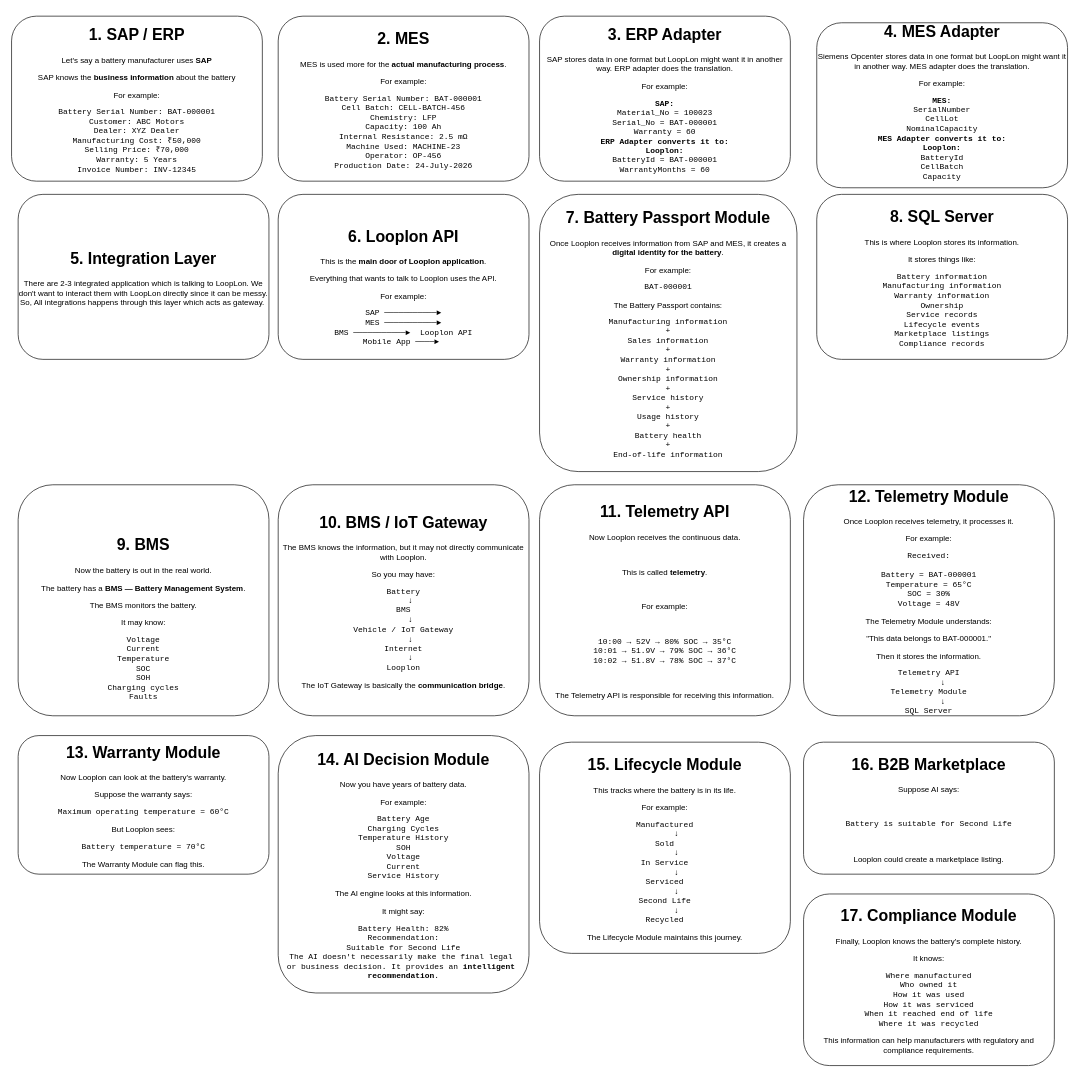
This is page "Theory" (2 of 2) of Documents/Architecture.drawio from subroroy193-sys/LoopIon, a draw.io file, before an edit. Source tidied: cells renumbered, new cells numbered last; positions are measured from the earlier drawing's top-left corner, leaving out a move shared by most shapes. Both pictures are drawn from the tidied source at 66%, with x=0, y=0 at pixel (11, 16).
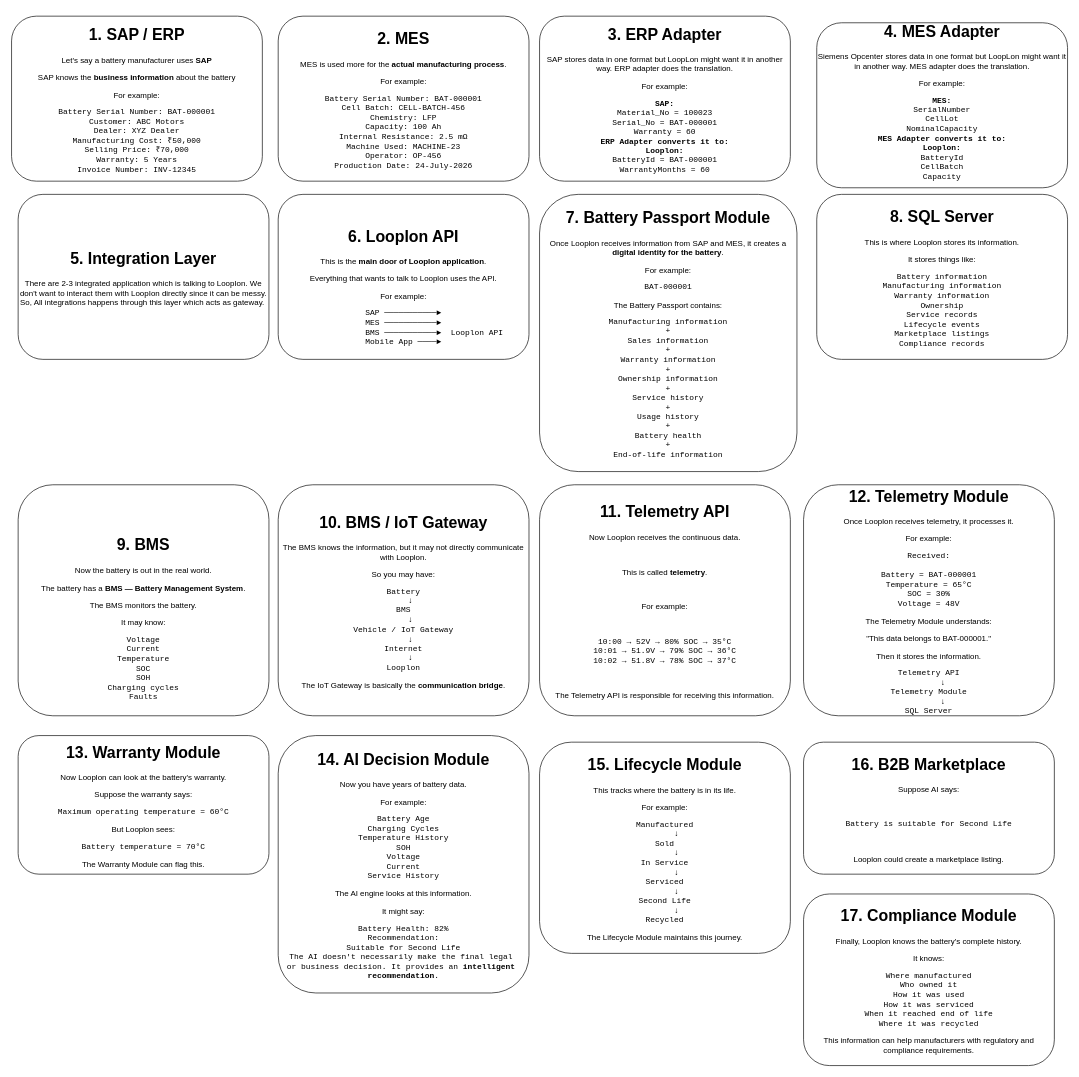
The same diagram, later.

Diff of the diagram source:
```diff
@@
-    <mxCell id="6" value="&lt;h1 class=&quot;PDq2pG_selectionAnchorContainer&quot;&gt;5. Integration Layer&lt;/h1&gt;&lt;p&gt;&lt;span style=&quot;background-color: transparent; color: light-dark(rgb(0, 0, 0), rgb(255, 255, 255));&quot;&gt;There are 2-3 integrated application which is talking to LoopLon. We don't want to interact them with LoopLon directly since it can be messy. So, All integrations happens through this layer which acts as gateway.&amp;nbsp;&lt;/span&gt;&lt;/p&gt;" style="rounded=1;whiteSpace=wrap;html=1;" parent="1" vertex="1">
+    <mxCell id="6" value="&lt;h1 class=&quot;PDq2pG_selectionAnchorContainer&quot;&gt;5. Integration Layer&lt;/h1&gt;&lt;p&gt;&lt;span style=&quot;background-color: transparent; color: light-dark(rgb(0, 0, 0), rgb(255, 255, 255));&quot;&gt;There are 2-3 integrated application which is talking to LoopIon. We don't want to interact them with LoopIon directly since it can be messy. So, All integrations happens through this layer which acts as gateway.&amp;nbsp;&lt;/span&gt;&lt;/p&gt;" style="rounded=1;whiteSpace=wrap;html=1;" parent="1" vertex="1">
       <mxGeometry x="10" y="270" width="380" height="250" as="geometry" />
     </mxCell>
-    <mxCell id="7" value="&lt;h1 class=&quot;PDq2pG_selectionAnchorContainer&quot;&gt;&lt;br&gt;&lt;p&gt;&lt;/p&gt;&lt;/h1&gt;&lt;h1 class=&quot;PDq2pG_selectionAnchorContainer&quot;&gt;6. Looplon API&lt;span aria-hidden=&quot;true&quot; class=&quot;PDq2pG_selectionAnchor&quot;&gt;&lt;/span&gt;&lt;/h1&gt;&lt;p class=&quot;PDq2pG_selectionAnchorContainer&quot;&gt;This is the &lt;strong&gt;main door of Looplon application&lt;/strong&gt;&lt;span&gt;.&lt;/span&gt;&lt;/p&gt;&lt;p&gt;&lt;span style=&quot;background-color: transparent; color: light-dark(rgb(0, 0, 0), rgb(255, 255, 255));&quot;&gt;Everything that wants to talk to Looplon uses the API.&lt;/span&gt;&lt;/p&gt;&lt;p class=&quot;PDq2pG_selectionAnchorContainer&quot;&gt;For example:&lt;span aria-hidden=&quot;true&quot; class=&quot;PDq2pG_selectionAnchor&quot;&gt;&lt;/span&gt;&lt;/p&gt;&lt;pre class=&quot;overflow-visible! px-0!&quot;&gt;&lt;div class=&quot;relative w-full mt-4 mb-1&quot;&gt;&lt;div class=&quot;&quot;&gt;&lt;div class=&quot;contents&quot;&gt;&lt;div class=&quot;relative&quot;&gt;&lt;div class=&quot;h-full min-h-0 min-w-0&quot;&gt;&lt;div class=&quot;h-full min-h-0 min-w-0&quot;&gt;&lt;div class=&quot;border border-token-border-light border-radius-3xl corner-superellipse/1.1 rounded-3xl&quot;&gt;&lt;div class=&quot;h-full w-full border-radius-3xl bg-(--code-block-surface) corner-superellipse/1.1 overflow-clip rounded-3xl [--code-block-surface:var(--bg-elevated-secondary)] dark:[--code-block-surface:var(--composer-surface-primary)] lxnfua_clipPathFallback&quot;&gt;&lt;div class=&quot;relative&quot;&gt;&lt;div class=&quot;pe-11 pt-3&quot;&gt;&lt;div class=&quot;relative z-0 flex max-w-full&quot;&gt;&lt;div id=&quot;code-block-viewer&quot; dir=&quot;ltr&quot; class=&quot;q9tKkq_viewer cm-editor z-10 light:cm-light dark:cm-light flex h-full w-full flex-col items-stretch ͼd ͼr&quot;&gt;&lt;div class=&quot;cm-scroller&quot;&gt;&lt;pre class=&quot;cm-content q9tKkq_readonly m-0&quot;&gt;&lt;code&gt;SAP ───────────►&lt;br&gt;MES ───────────►&lt;br&gt;BMS ───────────►  Looplon API&lt;br&gt;Mobile App ────►&amp;nbsp;&lt;/code&gt;&lt;/pre&gt;&lt;/div&gt;&lt;/div&gt;&lt;/div&gt;&lt;/div&gt;&lt;/div&gt;&lt;/div&gt;&lt;/div&gt;&lt;/div&gt;&lt;/div&gt;&lt;/div&gt;&lt;/div&gt;&lt;/div&gt;&lt;/div&gt;&lt;/pre&gt;&lt;p&gt;&lt;span style=&quot;background-color: transparent; color: light-dark(rgb(0, 0, 0), rgb(255, 255, 255));&quot;&gt;&amp;nbsp;&lt;/span&gt;&lt;/p&gt;" style="rounded=1;whiteSpace=wrap;html=1;" parent="1" vertex="1">
+    <mxCell id="7" value="&lt;h1 class=&quot;PDq2pG_selectionAnchorContainer&quot;&gt;&lt;br&gt;&lt;p&gt;&lt;/p&gt;&lt;/h1&gt;&lt;h1 class=&quot;PDq2pG_selectionAnchorContainer&quot;&gt;6. Looplon API&lt;span aria-hidden=&quot;true&quot; class=&quot;PDq2pG_selectionAnchor&quot;&gt;&lt;/span&gt;&lt;/h1&gt;&lt;p class=&quot;PDq2pG_selectionAnchorContainer&quot;&gt;This is the &lt;strong&gt;main door of Looplon application&lt;/strong&gt;&lt;span&gt;.&lt;/span&gt;&lt;/p&gt;&lt;p&gt;&lt;span style=&quot;background-color: transparent; color: light-dark(rgb(0, 0, 0), rgb(255, 255, 255));&quot;&gt;Everything that wants to talk to Looplon uses the API.&lt;/span&gt;&lt;/p&gt;&lt;p class=&quot;PDq2pG_selectionAnchorContainer&quot;&gt;For example:&lt;span aria-hidden=&quot;true&quot; class=&quot;PDq2pG_selectionAnchor&quot;&gt;&lt;/span&gt;&lt;/p&gt;&lt;pre class=&quot;overflow-visible! px-0!&quot;&gt;&lt;div class=&quot;relative w-full mt-4 mb-1&quot;&gt;&lt;div class=&quot;&quot;&gt;&lt;div class=&quot;contents&quot;&gt;&lt;div class=&quot;relative&quot;&gt;&lt;div class=&quot;h-full min-h-0 min-w-0&quot;&gt;&lt;div class=&quot;h-full min-h-0 min-w-0&quot;&gt;&lt;div class=&quot;border border-token-border-light border-radius-3xl corner-superellipse/1.1 rounded-3xl&quot;&gt;&lt;div class=&quot;h-full w-full border-radius-3xl bg-(--code-block-surface) corner-superellipse/1.1 overflow-clip rounded-3xl [--code-block-surface:var(--bg-elevated-secondary)] dark:[--code-block-surface:var(--composer-surface-primary)] lxnfua_clipPathFallback&quot;&gt;&lt;div class=&quot;relative&quot;&gt;&lt;div class=&quot;pe-11 pt-3&quot;&gt;&lt;div class=&quot;relative z-0 flex max-w-full&quot;&gt;&lt;div id=&quot;code-block-viewer&quot; dir=&quot;ltr&quot; class=&quot;q9tKkq_viewer cm-editor z-10 light:cm-light dark:cm-light flex h-full w-full flex-col items-stretch ͼd ͼr&quot;&gt;&lt;div class=&quot;cm-scroller&quot;&gt;&lt;pre class=&quot;cm-content q9tKkq_readonly m-0&quot;&gt;&lt;code&gt;SAP ───────────►&lt;br&gt;MES ───────────►&lt;br&gt;             BMS ───────────►  Looplon API&lt;br&gt; Mobile App ────►&amp;nbsp;&lt;/code&gt;&lt;/pre&gt;&lt;/div&gt;&lt;/div&gt;&lt;/div&gt;&lt;/div&gt;&lt;/div&gt;&lt;/div&gt;&lt;/div&gt;&lt;/div&gt;&lt;/div&gt;&lt;/div&gt;&lt;/div&gt;&lt;/div&gt;&lt;/div&gt;&lt;/pre&gt;&lt;p&gt;&lt;span style=&quot;background-color: transparent; color: light-dark(rgb(0, 0, 0), rgb(255, 255, 255));&quot;&gt;&amp;nbsp;&lt;/span&gt;&lt;/p&gt;" style="rounded=1;whiteSpace=wrap;html=1;" parent="1" vertex="1">
       <mxGeometry x="404" y="270" width="380" height="250" as="geometry" />
     </mxCell>
```
